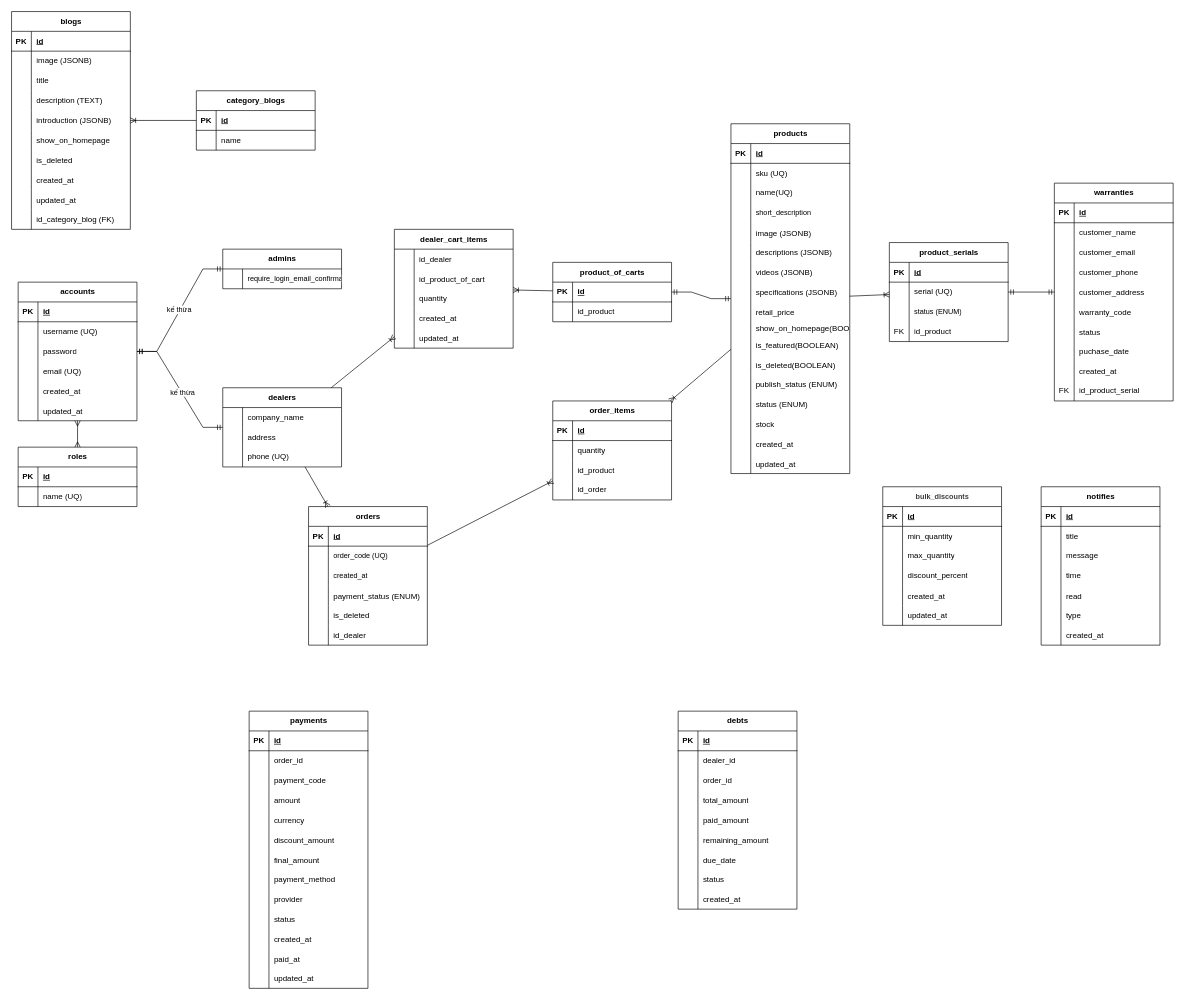
This is class-diagram.drawio from vominhduc11/4thitek, a draw.io file, before an edit. Source tidied: cells renumbered, new cells numbered last; positions are measured from the earlier drawing's top-left corner, leaving out a move shared by most shapes. Both pictures are drawn from the tidied source at 66%, with x=0, y=0 at pixel (11, 11).
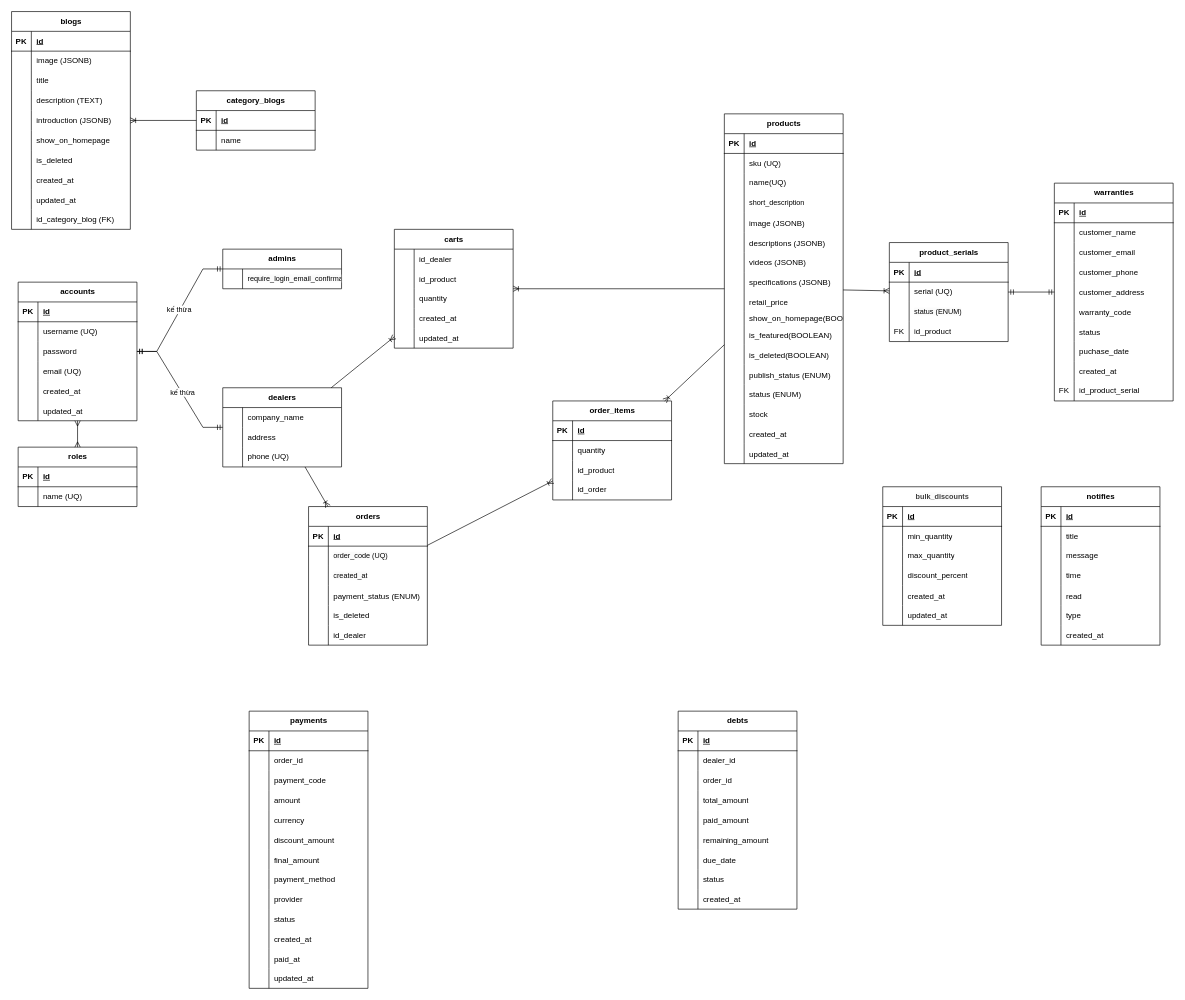
Above is the later version.

Unchanged cells that the change refers to:
```xml
<mxCell id="216" style="shape=tableRow;horizontal=0;startSize=0;swimlaneHead=0;swimlaneBody=0;fillColor=none;top=0;left=0;right=0;bottom=0;" parent="212" vertex="1">
  <mxGeometry y="60" width="180" height="30" as="geometry" />
</mxCell>
```

The edit, as a diff of the source:
```diff
@@
     <mxCell id="2" value="products" style="shape=table;startSize=30;childLayout=tableLayout;rowLines=0;fontStyle=1;align=center;html=1;" parent="1" vertex="1">
-      <mxGeometry x="1090" y="170" width="180" height="530" as="geometry" />
+      <mxGeometry x="1080" y="155" width="180" height="530" as="geometry" />
     </mxCell>
@@
-    <mxCell id="205" value="product_of_carts" style="shape=table;startSize=30;childLayout=tableLayout;rowLines=0;fontStyle=1;align=center;html=1;" parent="1" vertex="1">
-      <mxGeometry x="820" y="380" width="180" height="90" as="geometry" />
-    </mxCell>
-    <mxCell id="206" style="shape=tableRow;horizontal=0;startSize=0;swimlaneHead=0;swimlaneBody=0;fillColor=none;top=0;left=0;right=0;bottom=1;" parent="205" vertex="1">
-      <mxGeometry y="30" width="180" height="30" as="geometry" />
-    </mxCell>
-    <mxCell id="207" value="PK" style="shape=partialRectangle;fillColor=none;top=0;left=0;bottom=0;right=0;fontStyle=1;overflow=hidden;whiteSpace=wrap;html=1;" parent="206" vertex="1">
-      <mxGeometry width="30" height="30" as="geometry" />
-    </mxCell>
-    <mxCell id="208" value="id" style="shape=partialRectangle;fillColor=none;top=0;left=0;bottom=0;right=0;align=left;spacingLeft=6;fontStyle=5;overflow=hidden;whiteSpace=wrap;html=1;" parent="206" vertex="1">
-      <mxGeometry x="30" width="150" height="30" as="geometry" />
-    </mxCell>
-    <mxCell id="209" style="shape=tableRow;horizontal=0;startSize=0;swimlaneHead=0;swimlaneBody=0;fillColor=none;top=0;left=0;right=0;bottom=0;" parent="205" vertex="1">
-      <mxGeometry y="60" width="180" height="30" as="geometry" />
-    </mxCell>
-    <mxCell id="210" style="shape=partialRectangle;fillColor=none;top=0;left=0;bottom=0;right=0;overflow=hidden;whiteSpace=wrap;html=1;" parent="209" vertex="1">
-      <mxGeometry width="30" height="30" as="geometry" />
-    </mxCell>
-    <mxCell id="211" value="id_product" style="shape=partialRectangle;fillColor=none;top=0;left=0;bottom=0;right=0;align=left;spacingLeft=6;overflow=hidden;whiteSpace=wrap;html=1;" parent="209" vertex="1">
-      <mxGeometry x="30" width="150" height="30" as="geometry" />
-    </mxCell>
-    <mxCell id="212" value="dealer_cart_items" style="shape=table;startSize=30;childLayout=tableLayout;rowLines=0;fontStyle=1;align=center;html=1;" parent="1" vertex="1">
+    <mxCell id="212" value="carts" style="shape=table;startSize=30;childLayout=tableLayout;rowLines=0;fontStyle=1;align=center;html=1;" parent="1" vertex="1">
       <mxGeometry x="580" y="330" width="180" height="180" as="geometry" />
     </mxCell>
@@
-    <mxCell id="218" value="id_product_of_cart" style="shape=partialRectangle;fillColor=none;top=0;left=0;bottom=0;right=0;align=left;spacingLeft=6;overflow=hidden;" parent="216" vertex="1">
+    <mxCell id="218" value="id_product" style="shape=partialRectangle;fillColor=none;top=0;left=0;bottom=0;right=0;align=left;spacingLeft=6;overflow=hidden;" parent="216" vertex="1">
       <mxGeometry x="30" width="150" height="30" as="geometry" />
     </mxCell>
@@
-    <mxCell id="229" style="fontSize=12;html=1;endArrow=ERoneToMany;rounded=0;" parent="1" edge="1" source="205" target="212">
+    <mxCell id="229" style="fontSize=12;html=1;endArrow=ERoneToMany;rounded=0;" parent="1" edge="1" source="2" target="212">
       <mxGeometry relative="1" as="geometry" />
     </mxCell>
@@
-    <mxCell id="284" style="edgeStyle=entityRelationEdgeStyle;fontSize=12;html=1;endArrow=ERmandOne;startArrow=ERmandOne;rounded=0;" parent="1" edge="1" source="205" target="2">
-      <mxGeometry relative="1" as="geometry" />
-    </mxCell>
```
